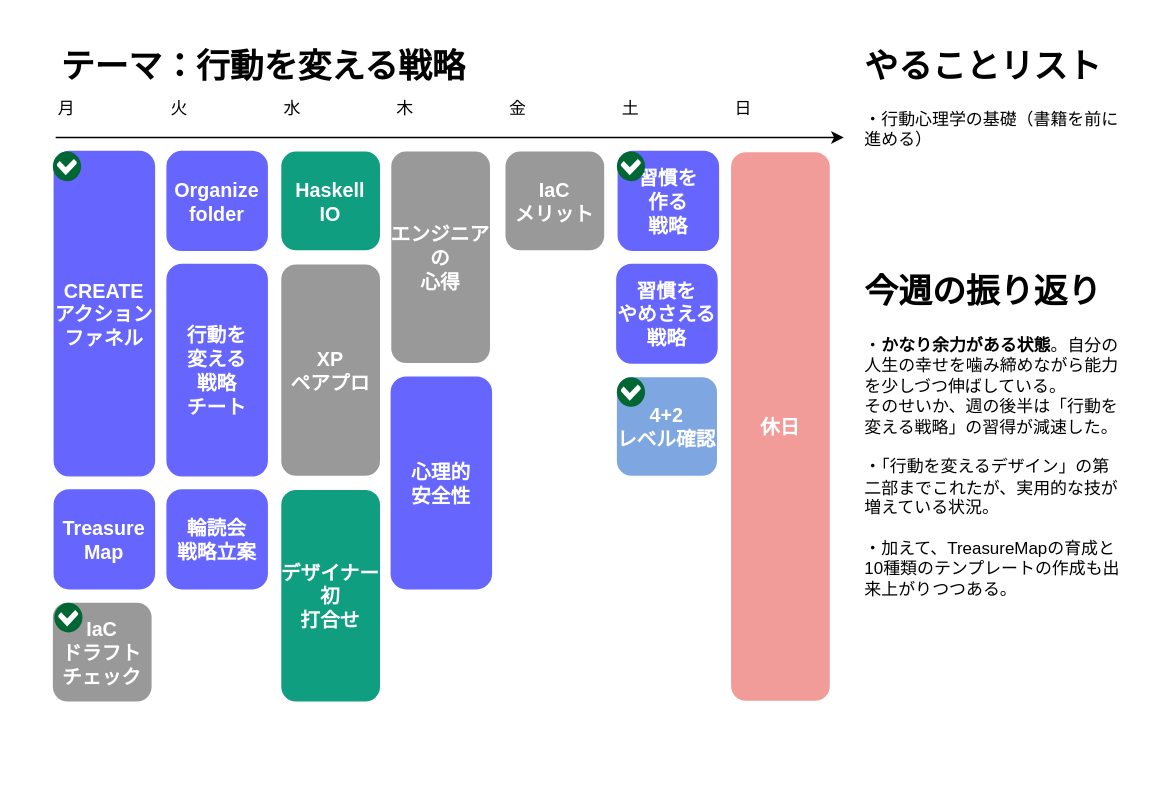
The draw.io diagram pare101.drawio in minegishirei/draw_v1, before the edit. Source tidied: cells renumbered, new cells numbered last; positions are measured from the earlier drawing's top-left corner, leaving out a move shared by most shapes. Both pictures are drawn from the tidied source at 141%, with x=0, y=0 at pixel (24, 38).
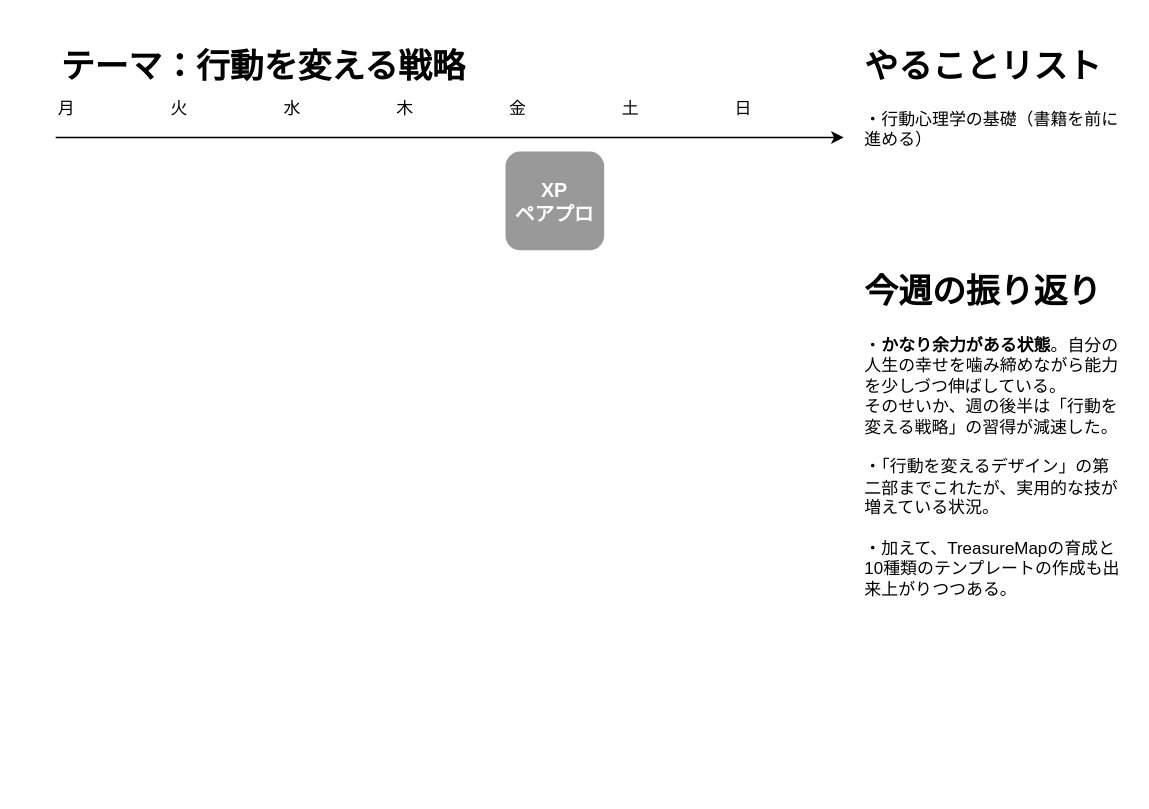
After the change.

Commit message (it also covers changes not shown here):
pare101.drawio を更新します

The edit, as a diff of the source:
```diff
@@
-    <mxCell id="13" value="CREATE&#10;アクション&#10;ファネル" style="rounded=1;fillColor=#6666FF;strokeColor=#6666FF;shadow=0;gradientColor=none;fontStyle=1;fontColor=#FFFFFF;fontSize=14;" parent="1" vertex="1">
-      <mxGeometry x="21" y="80" width="71" height="230" as="geometry" />
-    </mxCell>
-    <mxCell id="14" style="shadow=0;dashed=0;html=1;strokeColor=none;fillColor=#006633;labelPosition=center;verticalLabelPosition=bottom;verticalAlign=top;align=center;shape=mxgraph.veeam.checked;" parent="1" vertex="1">
-      <mxGeometry x="20" y="80" width="20" height="21" as="geometry" />
-    </mxCell>
-    <mxCell id="15" value="Treasure&#10;Map" style="rounded=1;fillColor=#6666FF;strokeColor=#6666FF;shadow=0;gradientColor=none;fontStyle=1;fontColor=#FFFFFF;fontSize=14;" parent="1" vertex="1">
-      <mxGeometry x="21" y="320" width="71" height="70" as="geometry" />
-    </mxCell>
-    <mxCell id="16" value="IaC&#10;ドラフト&#10;チェック" style="rounded=1;fillColor=#999999;strokeColor=none;shadow=0;gradientColor=none;fontStyle=1;fontColor=#FFFFFF;fontSize=14;" parent="1" vertex="1">
-      <mxGeometry x="20" y="400" width="70" height="70" as="geometry" />
-    </mxCell>
-    <mxCell id="17" value="行動を&#10;変える&#10;戦略&#10;チート" style="rounded=1;fillColor=#6666FF;strokeColor=#6666FF;shadow=0;gradientColor=none;fontStyle=1;fontColor=#FFFFFF;fontSize=14;" parent="1" vertex="1">
-      <mxGeometry x="101" y="160" width="71" height="150" as="geometry" />
-    </mxCell>
-    <mxCell id="18" style="shadow=0;dashed=0;html=1;strokeColor=none;fillColor=#006633;labelPosition=center;verticalLabelPosition=bottom;verticalAlign=top;align=center;shape=mxgraph.veeam.checked;" parent="1" vertex="1">
-      <mxGeometry x="21" y="400" width="20" height="21" as="geometry" />
-    </mxCell>
-    <mxCell id="19" value="Organize&#10;folder" style="rounded=1;fillColor=#6666FF;strokeColor=#6666FF;shadow=0;gradientColor=none;fontStyle=1;fontColor=#FFFFFF;fontSize=14;" parent="1" vertex="1">
-      <mxGeometry x="101" y="80" width="71" height="70" as="geometry" />
-    </mxCell>
-    <mxCell id="20" value="輪読会&#10;戦略立案" style="rounded=1;fillColor=#6666FF;strokeColor=#6666FF;shadow=0;gradientColor=none;fontStyle=1;fontColor=#FFFFFF;fontSize=14;" parent="1" vertex="1">
-      <mxGeometry x="101" y="320" width="71" height="70" as="geometry" />
-    </mxCell>
-    <mxCell id="21" value="Haskell&#10;IO" style="rounded=1;fillColor=#109e81;strokeColor=none;shadow=0;gradientColor=none;fontStyle=1;fontColor=#FFFFFF;fontSize=14;" parent="1" vertex="1">
-      <mxGeometry x="182" y="80" width="70" height="70" as="geometry" />
-    </mxCell>
     <mxCell id="22" value="XP&#10;ペアプロ" style="rounded=1;fillColor=#999999;strokeColor=none;shadow=0;gradientColor=none;fontStyle=1;fontColor=#FFFFFF;fontSize=14;" parent="1" vertex="1">
-      <mxGeometry x="182" y="160" width="70" height="150" as="geometry" />
+      <mxGeometry x="341" y="80" width="70" height="70" as="geometry" />
     </mxCell>
-    <mxCell id="23" value="デザイナー&#10;初&#10;打合せ" style="rounded=1;fillColor=#109e81;strokeColor=none;shadow=0;gradientColor=none;fontStyle=1;fontColor=#FFFFFF;fontSize=14;" parent="1" vertex="1">
-      <mxGeometry x="182" y="320" width="70" height="150" as="geometry" />
-    </mxCell>
-    <mxCell id="24" value="エンジニア&#10;の&#10;心得" style="rounded=1;fillColor=#999999;strokeColor=none;shadow=0;gradientColor=none;fontStyle=1;fontColor=#FFFFFF;fontSize=14;" parent="1" vertex="1">
-      <mxGeometry x="260" y="80" width="70" height="150" as="geometry" />
-    </mxCell>
-    <mxCell id="25" value="心理的&#10;安全性" style="rounded=1;fillColor=#6666FF;strokeColor=#6666FF;shadow=0;gradientColor=none;fontStyle=1;fontColor=#FFFFFF;fontSize=14;" parent="1" vertex="1">
-      <mxGeometry x="260" y="240" width="71" height="150" as="geometry" />
-    </mxCell>
-    <mxCell id="26" value="IaC&#10;メリット" style="rounded=1;fillColor=#999999;strokeColor=none;shadow=0;gradientColor=none;fontStyle=1;fontColor=#FFFFFF;fontSize=14;" parent="1" vertex="1">
-      <mxGeometry x="341" y="80" width="70" height="70" as="geometry" />
-    </mxCell>
-    <mxCell id="27" value="習慣を&#10;作る&#10;戦略" style="rounded=1;fillColor=#6666FF;strokeColor=#6666FF;shadow=0;gradientColor=none;fontStyle=1;fontColor=#FFFFFF;fontSize=14;" parent="1" vertex="1">
-      <mxGeometry x="421" y="80" width="71" height="70" as="geometry" />
-    </mxCell>
-    <mxCell id="28" style="shadow=0;dashed=0;html=1;strokeColor=none;fillColor=#006633;labelPosition=center;verticalLabelPosition=bottom;verticalAlign=top;align=center;shape=mxgraph.veeam.checked;" parent="1" vertex="1">
-      <mxGeometry x="420" y="80" width="20" height="21" as="geometry" />
-    </mxCell>
-    <mxCell id="29" value="習慣を&#10;やめさえる&#10;戦略" style="rounded=1;fillColor=#6666FF;strokeColor=#6666FF;shadow=0;gradientColor=none;fontStyle=1;fontColor=#FFFFFF;fontSize=14;" parent="1" vertex="1">
-      <mxGeometry x="420" y="160" width="71" height="70" as="geometry" />
-    </mxCell>
-    <mxCell id="30" value="4+2&#10;レベル確認" style="rounded=1;fillColor=#7EA6E0;strokeColor=none;shadow=0;gradientColor=none;fontStyle=1;fontColor=#FFFFFF;fontSize=14;" parent="1" vertex="1">
-      <mxGeometry x="420" y="240" width="71" height="70" as="geometry" />
-    </mxCell>
-    <mxCell id="31" style="shadow=0;dashed=0;html=1;strokeColor=none;fillColor=#006633;labelPosition=center;verticalLabelPosition=bottom;verticalAlign=top;align=center;shape=mxgraph.veeam.checked;" parent="1" vertex="1">
-      <mxGeometry x="420" y="240" width="20" height="21" as="geometry" />
-    </mxCell>
-    <mxCell id="32" value="休日" style="rounded=1;fillColor=#F19C99;strokeColor=none;shadow=0;gradientColor=none;fontStyle=1;fontColor=#FFFFFF;fontSize=14;" parent="1" vertex="1">
-      <mxGeometry x="501" y="80.5" width="70" height="389" as="geometry" />
-    </mxCell>
```
